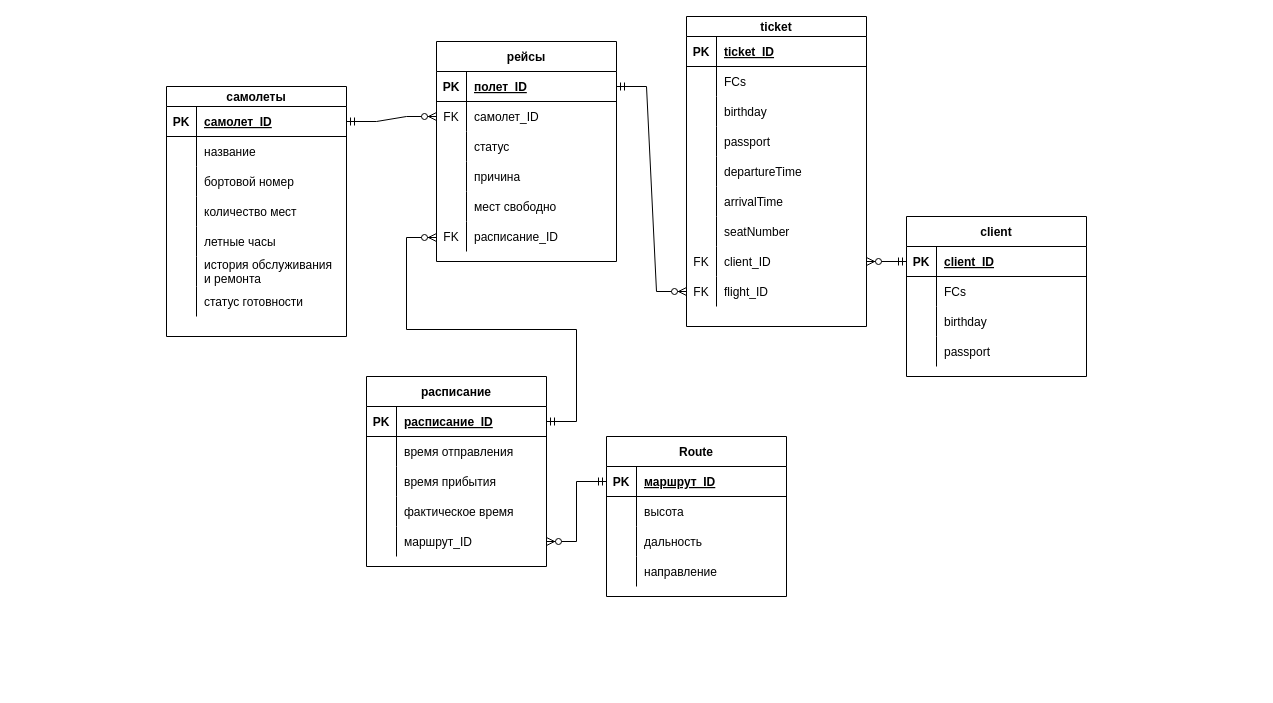
Above: ERRR.drawio in 1DeMeNToR1/RocketModUpdater_32 (draw.io), before the change. Source tidied: cells renumbered, new cells numbered last; positions are measured from the earlier drawing's top-left corner, leaving out a move shared by most shapes. Both pictures are drawn from the tidied source at 100%, with x=0, y=0 at pixel (166, 16).
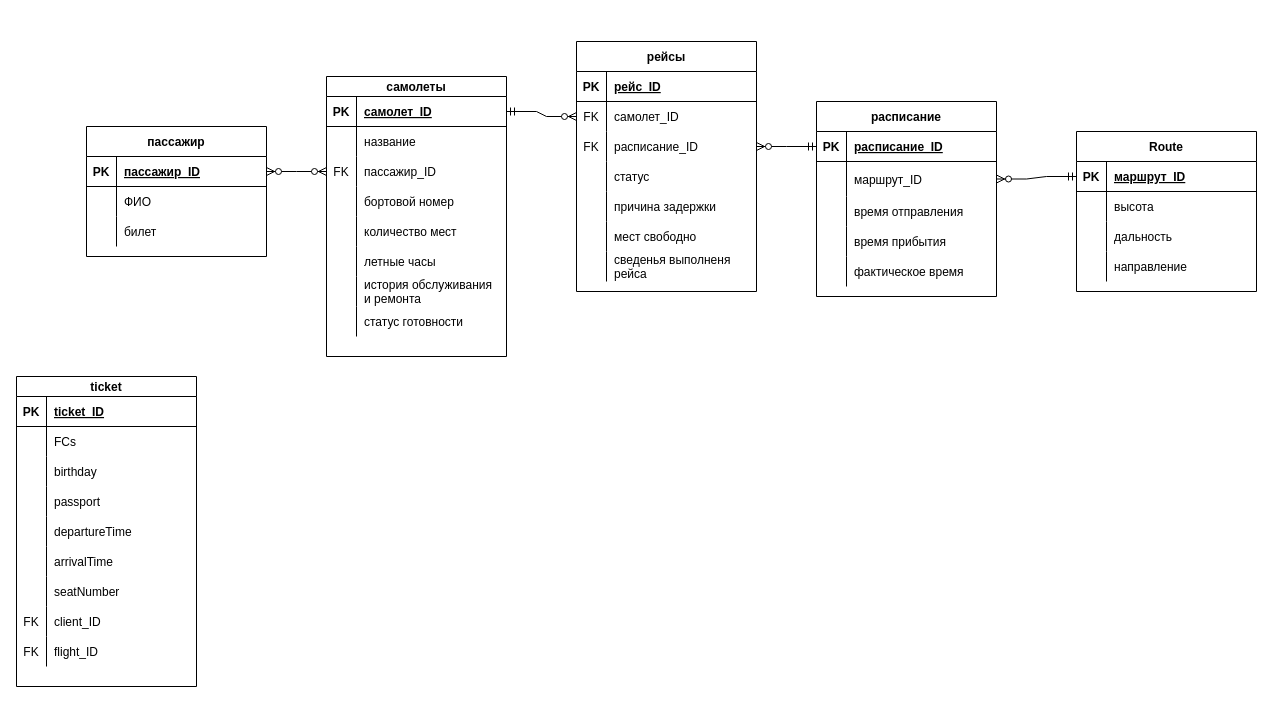
After the change.

The change refers to these unchanged cells:
```xml
<mxCell id="46" style="shape=tableRow;horizontal=0;startSize=0;swimlaneHead=0;swimlaneBody=0;fillColor=none;points=[[0,0.5],[1,0.5]];portConstraint=eastwest;top=0;left=0;right=0;bottom=0;" parent="24" vertex="1">
  <mxGeometry y="230" width="180" height="30" as="geometry" />
</mxCell>
<mxCell id="49" style="shape=tableRow;horizontal=0;startSize=0;swimlaneHead=0;swimlaneBody=0;fillColor=none;points=[[0,0.5],[1,0.5]];portConstraint=eastwest;top=0;left=0;right=0;bottom=0;" parent="24" vertex="1">
  <mxGeometry y="260" width="180" height="30" as="geometry" />
</mxCell>
<mxCell id="53" style="shape=tableRow;horizontal=0;startSize=0;swimlaneHead=0;swimlaneBody=0;fillColor=none;points=[[0,0.5],[1,0.5]];portConstraint=eastwest;top=0;left=0;right=0;bottom=1;" parent="52" vertex="1">
  <mxGeometry y="30" width="180" height="30" as="geometry" />
</mxCell>
<mxCell id="56" style="shape=tableRow;horizontal=0;startSize=0;swimlaneHead=0;swimlaneBody=0;fillColor=none;top=0;left=0;right=0;bottom=0;" parent="52" vertex="1">
  <mxGeometry y="60" width="180" height="30" as="geometry" />
</mxCell>
<mxCell id="59" style="shape=tableRow;horizontal=0;startSize=0;swimlaneHead=0;swimlaneBody=0;fillColor=none;top=0;left=0;right=0;bottom=0;" parent="52" vertex="1">
  <mxGeometry y="90" width="180" height="30" as="geometry" />
</mxCell>
<mxCell id="66" style="shape=tableRow;horizontal=0;startSize=0;swimlaneHead=0;swimlaneBody=0;fillColor=none;points=[[0,0.5],[1,0.5]];portConstraint=eastwest;top=0;left=0;right=0;bottom=1;" parent="65" vertex="1">
  <mxGeometry y="30" width="180" height="30" as="geometry" />
</mxCell>
<mxCell id="83" style="shape=tableRow;horizontal=0;startSize=0;swimlaneHead=0;swimlaneBody=0;fillColor=none;points=[[0,0.5],[1,0.5]];portConstraint=eastwest;top=0;left=0;right=0;bottom=1;" parent="82" vertex="1">
  <mxGeometry y="30" width="180" height="30" as="geometry" />
</mxCell>
```

The edit, as a diff of the source:
```diff
@@
     <mxCell id="2" value="самолеты" style="shape=table;startSize=20;childLayout=tableLayout;rowLines=0;fontStyle=1;align=center;" parent="1" vertex="1">
-      <mxGeometry y="70" width="180" height="250" as="geometry" />
+      <mxGeometry x="160" y="60" width="180" height="280" as="geometry" />
     </mxCell>
@@
+    <mxCell id="118" style="shape=tableRow;horizontal=0;startSize=0;swimlaneHead=0;swimlaneBody=0;fillColor=none;points=[[0,0.5],[1,0.5]];portConstraint=eastwest;top=0;left=0;right=0;bottom=0;" parent="2" vertex="1">
+      <mxGeometry y="80" width="180" height="30" as="geometry" />
+    </mxCell>
+    <mxCell id="119" value="FK" style="shape=partialRectangle;fillColor=none;top=0;left=0;bottom=0;right=0;overflow=hidden;" parent="118" vertex="1">
+      <mxGeometry width="30" height="30" as="geometry" />
+    </mxCell>
+    <mxCell id="120" value="пассажир_ID" style="shape=partialRectangle;fillColor=none;top=0;left=0;bottom=0;right=0;align=left;spacingLeft=6;overflow=hidden;" parent="118" vertex="1">
+      <mxGeometry x="30" width="150" height="30" as="geometry" />
+    </mxCell>
     <mxCell id="9" style="shape=tableRow;horizontal=0;startSize=0;swimlaneHead=0;swimlaneBody=0;fillColor=none;top=0;left=0;right=0;bottom=0;" parent="2" vertex="1">
-      <mxGeometry y="80" width="180" height="30" as="geometry" />
+      <mxGeometry y="110" width="180" height="30" as="geometry" />
     </mxCell>
@@
     <mxCell id="12" style="shape=tableRow;horizontal=0;startSize=0;swimlaneHead=0;swimlaneBody=0;fillColor=none;top=0;left=0;right=0;bottom=0;" parent="2" vertex="1">
-      <mxGeometry y="110" width="180" height="30" as="geometry" />
+      <mxGeometry y="140" width="180" height="30" as="geometry" />
     </mxCell>
@@
     <mxCell id="15" style="shape=tableRow;horizontal=0;startSize=0;swimlaneHead=0;swimlaneBody=0;fillColor=none;top=0;left=0;right=0;bottom=0;" parent="2" vertex="1">
-      <mxGeometry y="140" width="180" height="30" as="geometry" />
+      <mxGeometry y="170" width="180" height="30" as="geometry" />
     </mxCell>
@@
     <mxCell id="18" style="shape=tableRow;horizontal=0;startSize=0;swimlaneHead=0;swimlaneBody=0;fillColor=none;top=0;left=0;right=0;bottom=0;" parent="2" vertex="1">
-      <mxGeometry y="170" width="180" height="30" as="geometry" />
+      <mxGeometry y="200" width="180" height="30" as="geometry" />
     </mxCell>
@@
     <mxCell id="21" style="shape=tableRow;horizontal=0;startSize=0;swimlaneHead=0;swimlaneBody=0;fillColor=none;top=0;left=0;right=0;bottom=0;" parent="2" vertex="1">
-      <mxGeometry y="200" width="180" height="30" as="geometry" />
+      <mxGeometry y="230" width="180" height="30" as="geometry" />
     </mxCell>
@@
     <mxCell id="24" value="ticket" style="shape=table;startSize=20;childLayout=tableLayout;rowLines=0;fontStyle=1;align=center;" parent="1" vertex="1">
-      <mxGeometry x="520" width="180" height="310" as="geometry" />
+      <mxGeometry x="-150" y="360" width="180" height="310" as="geometry" />
     </mxCell>
@@
-    <mxCell id="52" value="client" style="shape=table;startSize=30;childLayout=tableLayout;rowLines=0;fontStyle=1;align=center;" parent="1" vertex="1">
-      <mxGeometry x="740" y="200" width="180" height="160" as="geometry" />
+    <mxCell id="52" value="пассажир" style="shape=table;startSize=30;childLayout=tableLayout;rowLines=0;fontStyle=1;align=center;" parent="1" vertex="1">
+      <mxGeometry x="-80" y="110" width="180" height="130" as="geometry" />
     </mxCell>
@@
-    <mxCell id="55" value="client_ID" style="shape=partialRectangle;fillColor=none;top=0;left=0;bottom=0;right=0;align=left;spacingLeft=6;fontStyle=5;overflow=hidden;" parent="53" vertex="1">
+    <mxCell id="55" value="пассажир_ID" style="shape=partialRectangle;fillColor=none;top=0;left=0;bottom=0;right=0;align=left;spacingLeft=6;fontStyle=5;overflow=hidden;" parent="53" vertex="1">
       <mxGeometry x="30" width="150" height="30" as="geometry" />
     </mxCell>
@@
-    <mxCell id="58" value="FCs" style="shape=partialRectangle;fillColor=none;top=0;left=0;bottom=0;right=0;align=left;spacingLeft=6;overflow=hidden;" parent="56" vertex="1">
+    <mxCell id="58" value="ФИО" style="shape=partialRectangle;fillColor=none;top=0;left=0;bottom=0;right=0;align=left;spacingLeft=6;overflow=hidden;" parent="56" vertex="1">
       <mxGeometry x="30" width="150" height="30" as="geometry" />
     </mxCell>
@@
-    <mxCell id="61" value="birthday" style="shape=partialRectangle;fillColor=none;top=0;left=0;bottom=0;right=0;align=left;spacingLeft=6;overflow=hidden;" parent="59" vertex="1">
+    <mxCell id="61" value="билет" style="shape=partialRectangle;fillColor=none;top=0;left=0;bottom=0;right=0;align=left;spacingLeft=6;overflow=hidden;" parent="59" vertex="1">
       <mxGeometry x="30" width="150" height="30" as="geometry" />
     </mxCell>
-    <mxCell id="62" style="shape=tableRow;horizontal=0;startSize=0;swimlaneHead=0;swimlaneBody=0;fillColor=none;top=0;left=0;right=0;bottom=0;" parent="52" vertex="1">
-      <mxGeometry y="120" width="180" height="30" as="geometry" />
-    </mxCell>
-    <mxCell id="63" style="shape=partialRectangle;fillColor=none;top=0;left=0;bottom=0;right=0;overflow=hidden;" parent="62" vertex="1">
-      <mxGeometry width="30" height="30" as="geometry" />
-    </mxCell>
-    <mxCell id="64" value="passport" style="shape=partialRectangle;fillColor=none;top=0;left=0;bottom=0;right=0;align=left;spacingLeft=6;overflow=hidden;" parent="62" vertex="1">
-      <mxGeometry x="30" width="150" height="30" as="geometry" />
-    </mxCell>
     <mxCell id="65" value="расписание" style="shape=table;startSize=30;childLayout=tableLayout;rowLines=0;fontStyle=1;align=center;" parent="1" vertex="1">
-      <mxGeometry x="200" y="360" width="180" height="190" as="geometry" />
+      <mxGeometry x="650" y="85" width="180" height="195" as="geometry" />
     </mxCell>
@@
+    <mxCell id="78" style="shape=tableRow;horizontal=0;startSize=0;swimlaneHead=0;swimlaneBody=0;fillColor=none;points=[[0,0.5],[1,0.5]];portConstraint=eastwest;top=0;left=0;right=0;bottom=0;" parent="65" vertex="1">
+      <mxGeometry y="60" width="180" height="35" as="geometry" />
+    </mxCell>
+    <mxCell id="79" style="shape=partialRectangle;fillColor=none;top=0;left=0;bottom=0;right=0;overflow=hidden;" parent="78" vertex="1">
+      <mxGeometry width="30" height="35" as="geometry" />
+    </mxCell>
+    <mxCell id="80" value="маршрут_ID" style="shape=partialRectangle;fillColor=none;top=0;left=0;bottom=0;right=0;align=left;spacingLeft=6;overflow=hidden;" parent="78" vertex="1">
+      <mxGeometry x="30" width="150" height="35" as="geometry" />
+    </mxCell>
     <mxCell id="69" style="shape=tableRow;horizontal=0;startSize=0;swimlaneHead=0;swimlaneBody=0;fillColor=none;top=0;left=0;right=0;bottom=0;" parent="65" vertex="1">
-      <mxGeometry y="60" width="180" height="30" as="geometry" />
+      <mxGeometry y="95" width="180" height="30" as="geometry" />
     </mxCell>
@@
     <mxCell id="72" style="shape=tableRow;horizontal=0;startSize=0;swimlaneHead=0;swimlaneBody=0;fillColor=none;top=0;left=0;right=0;bottom=0;" parent="65" vertex="1">
-      <mxGeometry y="90" width="180" height="30" as="geometry" />
+      <mxGeometry y="125" width="180" height="30" as="geometry" />
     </mxCell>
@@
     <mxCell id="75" style="shape=tableRow;horizontal=0;startSize=0;swimlaneHead=0;swimlaneBody=0;fillColor=none;top=0;left=0;right=0;bottom=0;" parent="65" vertex="1">
-      <mxGeometry y="120" width="180" height="30" as="geometry" />
+      <mxGeometry y="155" width="180" height="30" as="geometry" />
     </mxCell>
@@
-    <mxCell id="78" style="shape=tableRow;horizontal=0;startSize=0;swimlaneHead=0;swimlaneBody=0;fillColor=none;points=[[0,0.5],[1,0.5]];portConstraint=eastwest;top=0;left=0;right=0;bottom=0;" parent="65" vertex="1">
-      <mxGeometry y="150" width="180" height="30" as="geometry" />
-    </mxCell>
-    <mxCell id="79" style="shape=partialRectangle;fillColor=none;top=0;left=0;bottom=0;right=0;overflow=hidden;" parent="78" vertex="1">
-      <mxGeometry width="30" height="30" as="geometry" />
-    </mxCell>
-    <mxCell id="80" value="маршрут_ID" style="shape=partialRectangle;fillColor=none;top=0;left=0;bottom=0;right=0;align=left;spacingLeft=6;overflow=hidden;" parent="78" vertex="1">
-      <mxGeometry x="30" width="150" height="30" as="geometry" />
-    </mxCell>
-    <mxCell id="81" style="edgeStyle=entityRelationEdgeStyle;fontSize=12;html=1;endArrow=ERzeroToMany;startArrow=ERmandOne;rounded=0;entryX=1;entryY=0.5;entryDx=0;entryDy=0;exitX=0;exitY=0.5;exitDx=0;exitDy=0;" parent="1" edge="1" source="53" target="46">
-      <mxGeometry relative="1" as="geometry" />
-    </mxCell>
     <mxCell id="82" value="рейсы" style="shape=table;startSize=30;childLayout=tableLayout;rowLines=0;fontStyle=1;align=center;" parent="1" vertex="1">
-      <mxGeometry x="270" y="25" width="180" height="220" as="geometry" />
+      <mxGeometry x="410" y="25" width="180" height="250" as="geometry" />
     </mxCell>
@@
-    <mxCell id="85" value="полет_ID" style="shape=partialRectangle;fillColor=none;top=0;left=0;bottom=0;right=0;align=left;spacingLeft=6;fontStyle=5;overflow=hidden;" parent="83" vertex="1">
+    <mxCell id="85" value="рейс_ID" style="shape=partialRectangle;fillColor=none;top=0;left=0;bottom=0;right=0;align=left;spacingLeft=6;fontStyle=5;overflow=hidden;" parent="83" vertex="1">
       <mxGeometry x="30" width="150" height="30" as="geometry" />
     </mxCell>
@@
+    <mxCell id="98" style="shape=tableRow;horizontal=0;startSize=0;swimlaneHead=0;swimlaneBody=0;fillColor=none;points=[[0,0.5],[1,0.5]];portConstraint=eastwest;top=0;left=0;right=0;bottom=0;" parent="82" vertex="1">
+      <mxGeometry y="90" width="180" height="30" as="geometry" />
+    </mxCell>
+    <mxCell id="99" value="FK" style="shape=partialRectangle;fillColor=none;top=0;left=0;bottom=0;right=0;overflow=hidden;" parent="98" vertex="1">
+      <mxGeometry width="30" height="30" as="geometry" />
+    </mxCell>
+    <mxCell id="100" value="расписание_ID" style="shape=partialRectangle;fillColor=none;top=0;left=0;bottom=0;right=0;align=left;spacingLeft=6;overflow=hidden;" parent="98" vertex="1">
+      <mxGeometry x="30" width="150" height="30" as="geometry" />
+    </mxCell>
     <mxCell id="89" style="shape=tableRow;horizontal=0;startSize=0;swimlaneHead=0;swimlaneBody=0;fillColor=none;top=0;left=0;right=0;bottom=0;" parent="82" vertex="1">
-      <mxGeometry y="90" width="180" height="30" as="geometry" />
+      <mxGeometry y="120" width="180" height="30" as="geometry" />
     </mxCell>
@@
     <mxCell id="92" style="shape=tableRow;horizontal=0;startSize=0;swimlaneHead=0;swimlaneBody=0;fillColor=none;top=0;left=0;right=0;bottom=0;" parent="82" vertex="1">
-      <mxGeometry y="120" width="180" height="30" as="geometry" />
+      <mxGeometry y="150" width="180" height="30" as="geometry" />
     </mxCell>
@@
-    <mxCell id="94" value="причина" style="shape=partialRectangle;fillColor=none;top=0;left=0;bottom=0;right=0;align=left;spacingLeft=6;overflow=hidden;" parent="92" vertex="1">
+    <mxCell id="94" value="причина задержки" style="shape=partialRectangle;fillColor=none;top=0;left=0;bottom=0;right=0;align=left;spacingLeft=6;overflow=hidden;" parent="92" vertex="1">
       <mxGeometry x="30" width="150" height="30" as="geometry" />
     </mxCell>
     <mxCell id="95" style="shape=tableRow;horizontal=0;startSize=0;swimlaneHead=0;swimlaneBody=0;fillColor=none;top=0;left=0;right=0;bottom=0;" parent="82" vertex="1">
-      <mxGeometry y="150" width="180" height="30" as="geometry" />
+      <mxGeometry y="180" width="180" height="30" as="geometry" />
     </mxCell>
@@
-    <mxCell id="98" style="shape=tableRow;horizontal=0;startSize=0;swimlaneHead=0;swimlaneBody=0;fillColor=none;points=[[0,0.5],[1,0.5]];portConstraint=eastwest;top=0;left=0;right=0;bottom=0;" parent="82" vertex="1">
-      <mxGeometry y="180" width="180" height="30" as="geometry" />
-    </mxCell>
-    <mxCell id="99" value="FK" style="shape=partialRectangle;fillColor=none;top=0;left=0;bottom=0;right=0;overflow=hidden;" parent="98" vertex="1">
-      <mxGeometry width="30" height="30" as="geometry" />
-    </mxCell>
-    <mxCell id="100" value="расписание_ID" style="shape=partialRectangle;fillColor=none;top=0;left=0;bottom=0;right=0;align=left;spacingLeft=6;overflow=hidden;" parent="98" vertex="1">
-      <mxGeometry x="30" width="150" height="30" as="geometry" />
-    </mxCell>
+    <mxCell id="121" style="shape=tableRow;horizontal=0;startSize=0;swimlaneHead=0;swimlaneBody=0;fillColor=none;top=0;left=0;right=0;bottom=0;" parent="82" vertex="1">
+      <mxGeometry y="210" width="180" height="30" as="geometry" />
+    </mxCell>
+    <mxCell id="63" style="shape=partialRectangle;fillColor=none;top=0;left=0;bottom=0;right=0;overflow=hidden;" parent="121" vertex="1">
+      <mxGeometry width="30" height="30" as="geometry" />
+    </mxCell>
+    <mxCell id="122" value="сведенья выполненя&#10;рейса" style="shape=partialRectangle;fillColor=none;top=0;left=0;bottom=0;right=0;align=left;spacingLeft=6;overflow=hidden;" parent="121" vertex="1">
+      <mxGeometry x="30" width="150" height="30" as="geometry" />
+    </mxCell>
     <mxCell id="101" value="Route" style="shape=table;startSize=30;childLayout=tableLayout;rowLines=0;fontStyle=1;align=center;" parent="1" vertex="1">
-      <mxGeometry x="440" y="420" width="180" height="160" as="geometry" />
+      <mxGeometry x="910" y="115" width="180" height="160" as="geometry" />
     </mxCell>
@@
-    <mxCell id="116" style="edgeStyle=entityRelationEdgeStyle;fontSize=12;html=1;endArrow=ERzeroToMany;startArrow=ERmandOne;rounded=0;exitX=1;exitY=0.5;exitDx=0;exitDy=0;entryX=0;entryY=0.5;entryDx=0;entryDy=0;" parent="1" edge="1" source="83" target="49">
-      <mxGeometry relative="1" as="geometry" />
-    </mxCell>
-    <mxCell id="117" style="edgeStyle=entityRelationEdgeStyle;fontSize=12;html=1;endArrow=ERzeroToMany;startArrow=ERmandOne;rounded=0;exitX=1;exitY=0.5;exitDx=0;exitDy=0;" parent="1" edge="1" source="66">
-      <mxGeometry relative="1" as="geometry">
-        <mxPoint x="270" y="221" as="targetPoint" />
-      </mxGeometry>
+    <mxCell id="117" style="edgeStyle=entityRelationEdgeStyle;fontSize=12;html=1;endArrow=ERzeroToMany;startArrow=ERmandOne;rounded=0;entryX=1;entryY=0.5;entryDx=0;entryDy=0;" parent="1" edge="1" source="66" target="98">
+      <mxGeometry relative="1" as="geometry" />
     </mxCell>
+    <mxCell id="123" style="edgeStyle=entityRelationEdgeStyle;fontSize=12;html=1;endArrow=ERzeroToMany;endFill=1;startArrow=ERzeroToMany;rounded=0;exitX=1;exitY=0.5;exitDx=0;exitDy=0;" parent="1" edge="1" source="53" target="118">
+      <mxGeometry relative="1" as="geometry" />
+    </mxCell>
```
